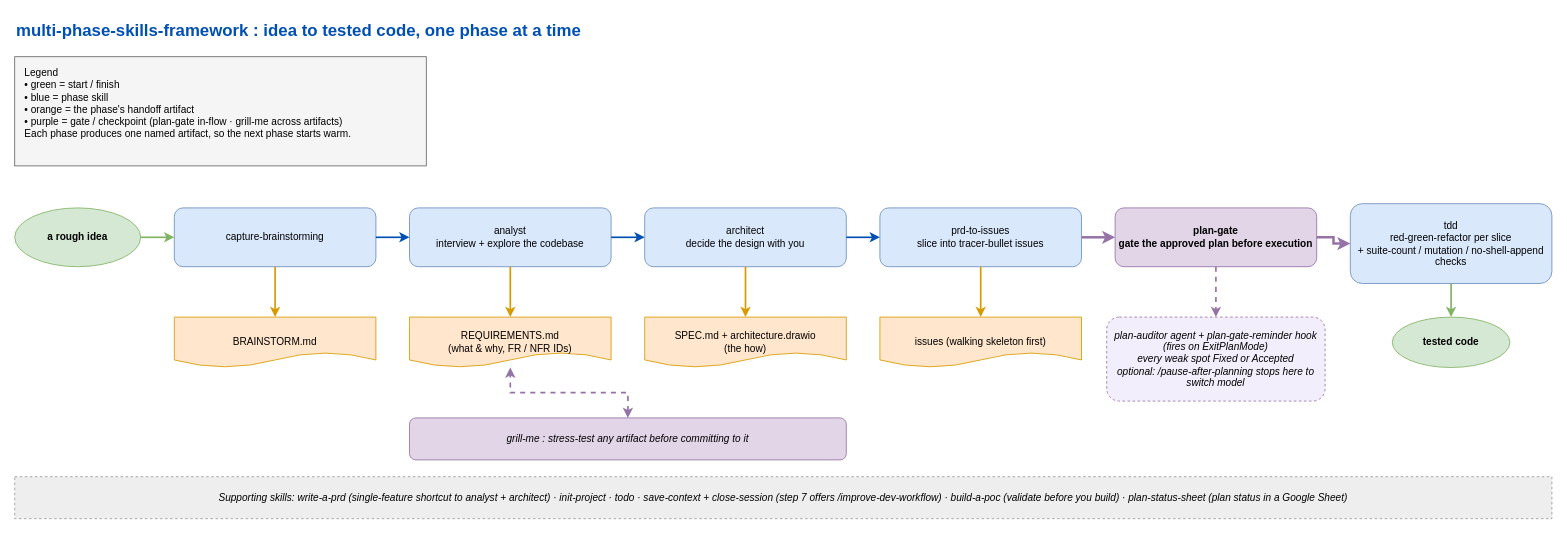
Before: docs/framework-flows.drawio in eranw2000/multi-phase-skills-framework, a draw.io diagram. Source tidied: cells renumbered, new cells numbered last; positions are measured from the earlier drawing's top-left corner, leaving out a move shared by most shapes. Both pictures are drawn from the tidied source at 84%, with x=0, y=0 at pixel (14, 14).
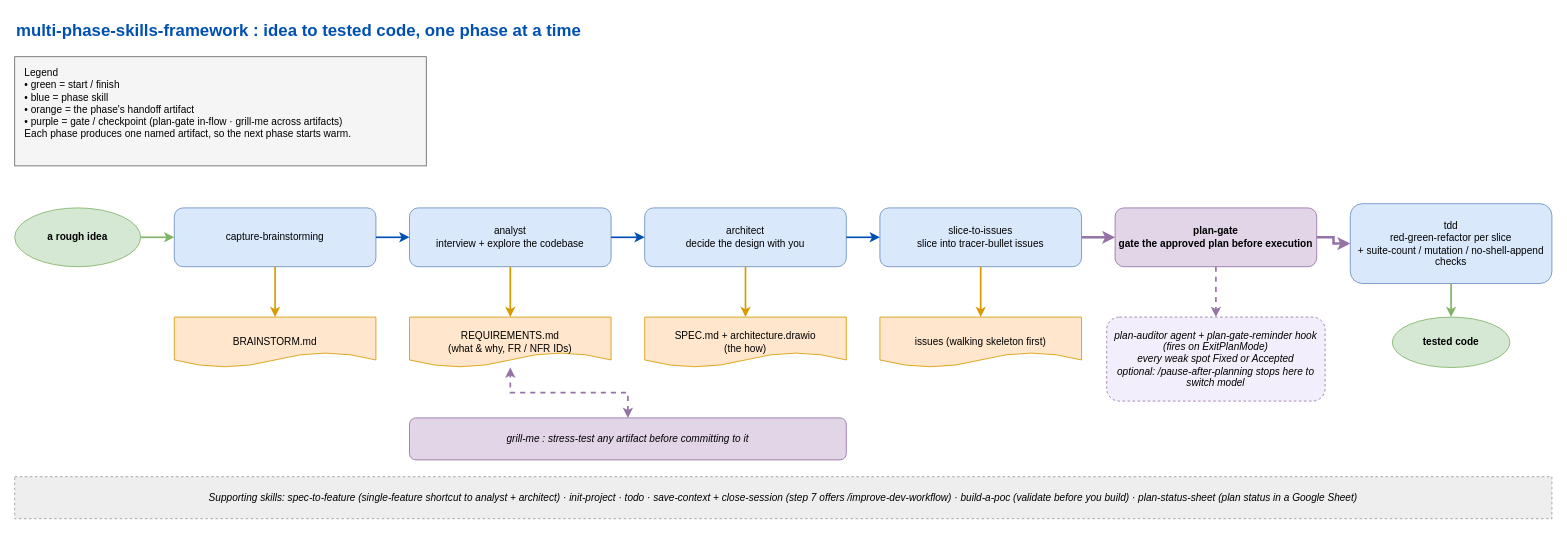
After the change.

Diff of the diagram source:
```diff
@@
-    <mxCell id="11" value="prd-to-issues&#10;slice into tracer-bullet issues" style="rounded=1;fillColor=#dae8fc;strokeColor=#6c8ebf;html=1;whiteSpace=wrap;" parent="1" vertex="1">
+    <mxCell id="11" value="slice-to-issues&#10;slice into tracer-bullet issues" style="rounded=1;fillColor=#dae8fc;strokeColor=#6c8ebf;html=1;whiteSpace=wrap;" parent="1" vertex="1">
       <mxGeometry x="1030" y="230" width="240" height="70" as="geometry" />
     </mxCell>
@@
-    <mxCell id="18" value="Supporting skills:  write-a-prd (single-feature shortcut to analyst + architect)  ·  init-project  ·  todo  ·  save-context + close-session (step 7 offers /improve-dev-workflow)  ·  build-a-poc (validate before you build)  ·  plan-status-sheet (plan status in a Google Sheet)" style="rounded=0;fillColor=#eeeeee;strokeColor=#999999;html=1;whiteSpace=wrap;fontStyle=2;dashed=1;verticalAlign=middle;align=center;" parent="1" vertex="1">
+    <mxCell id="18" value="Supporting skills:  spec-to-feature (single-feature shortcut to analyst + architect)  ·  init-project  ·  todo  ·  save-context + close-session (step 7 offers /improve-dev-workflow)  ·  build-a-poc (validate before you build)  ·  plan-status-sheet (plan status in a Google Sheet)" style="rounded=0;fillColor=#eeeeee;strokeColor=#999999;html=1;whiteSpace=wrap;fontStyle=2;dashed=1;verticalAlign=middle;align=center;" parent="1" vertex="1">
       <mxGeometry y="550" width="1830" height="50" as="geometry" />
     </mxCell>
```
